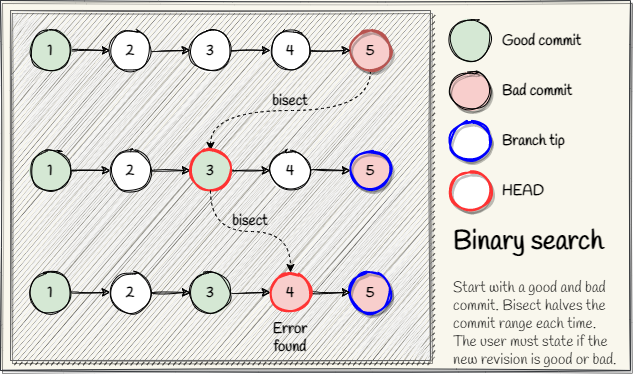
This is Assets/images/git-bisect.drawio.png from braboj/tutorial-git, a draw.io export, as it was before one commit. Source tidied: cells renumbered, new cells last; positions are measured from the earlier drawing's top-left corner, leaving out a move shared by most shapes.
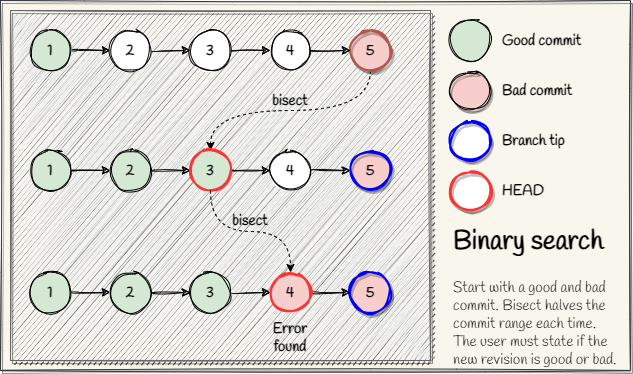
After the commit.

Change to the diagram source:
```diff
@@ -49,7 +49,7 @@
     <mxCell id="16" style="edgeStyle=orthogonalEdgeStyle;rounded=0;jettySize=auto;html=1;sketch=1;curved=1;fontFamily=Handlee;fontSource=https%3A%2F%2Ffonts.googleapis.com%2Fcss%3Ffamily%3DHandlee;fontSize=15;fontStyle=1;" parent="1" edge="1" source="17" target="19">
       <mxGeometry relative="1" as="geometry" />
     </mxCell>
-    <mxCell id="17" value="2" style="ellipse;whiteSpace=wrap;html=1;sketch=1;rounded=0;fillStyle=solid;fontFamily=Handlee;fontSource=https%3A%2F%2Ffonts.googleapis.com%2Fcss%3Ffamily%3DHandlee;fontSize=15;fontStyle=1;" parent="1" vertex="1">
+    <mxCell id="17" value="2" style="ellipse;whiteSpace=wrap;html=1;sketch=1;rounded=0;fillStyle=solid;fontFamily=Handlee;fontSource=https%3A%2F%2Ffonts.googleapis.com%2Fcss%3Ffamily%3DHandlee;fontSize=15;fontStyle=1;fillColor=#d5e8d4;strokeColor=#000000;" parent="1" vertex="1">
       <mxGeometry x="110" y="150" width="40" height="40" as="geometry" />
     </mxCell>
     <mxCell id="18" style="edgeStyle=orthogonalEdgeStyle;rounded=0;jettySize=auto;html=1;curved=1;sketch=1;strokeWidth=1;fontFamily=Handlee;fontSource=https%3A%2F%2Ffonts.googleapis.com%2Fcss%3Ffamily%3DHandlee;fontSize=15;fontStyle=1;" parent="1" edge="1" source="19" target="22">
@@ -81,7 +81,7 @@
     <mxCell id="26" style="edgeStyle=orthogonalEdgeStyle;rounded=0;jettySize=auto;html=1;sketch=1;curved=1;fontFamily=Handlee;fontSource=https%3A%2F%2Ffonts.googleapis.com%2Fcss%3Ffamily%3DHandlee;fontSize=15;fontStyle=1;" parent="1" edge="1" source="27" target="29">
       <mxGeometry relative="1" as="geometry" />
     </mxCell>
-    <mxCell id="27" value="2" style="ellipse;whiteSpace=wrap;html=1;sketch=1;rounded=0;fillStyle=solid;fontFamily=Handlee;fontSource=https%3A%2F%2Ffonts.googleapis.com%2Fcss%3Ffamily%3DHandlee;fontSize=15;fontStyle=1;" parent="1" vertex="1">
+    <mxCell id="27" value="2" style="ellipse;whiteSpace=wrap;html=1;sketch=1;rounded=0;fillStyle=solid;fontFamily=Handlee;fontSource=https%3A%2F%2Ffonts.googleapis.com%2Fcss%3Ffamily%3DHandlee;fontSize=15;fontStyle=1;fillColor=#d5e8d4;strokeColor=#000000;" parent="1" vertex="1">
       <mxGeometry x="110" y="272" width="40" height="40" as="geometry" />
     </mxCell>
     <mxCell id="28" style="edgeStyle=orthogonalEdgeStyle;rounded=0;jettySize=auto;html=1;curved=1;sketch=1;strokeWidth=1;fontFamily=Handlee;fontSource=https%3A%2F%2Ffonts.googleapis.com%2Fcss%3Ffamily%3DHandlee;fontSize=15;fontStyle=1;" parent="1" edge="1" source="29" target="32">
```
